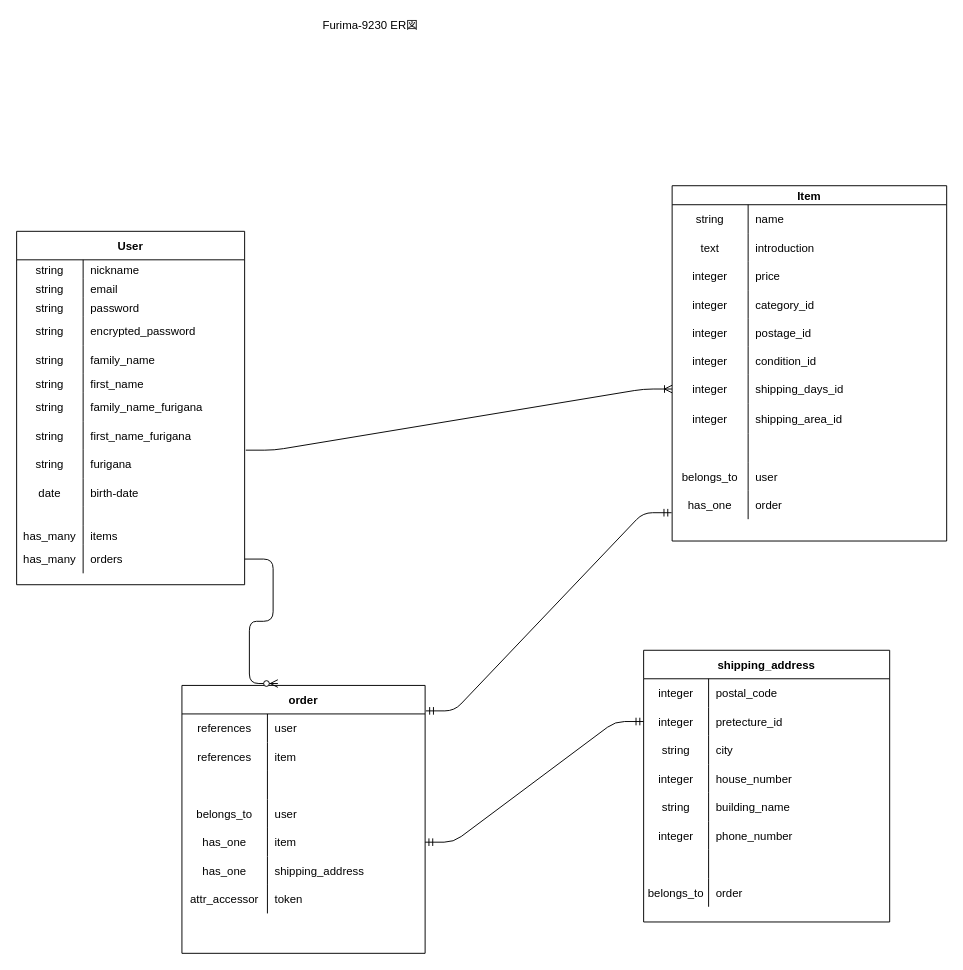
This is test.dio from makuto114/furima-9230, a draw.io file, before an edit. Source tidied: cells renumbered, new cells numbered last; positions are measured from the earlier drawing's top-left corner, leaving out a move shared by most shapes. Both pictures are drawn from the tidied source at 95%, with x=0, y=0 at pixel (16, 16).
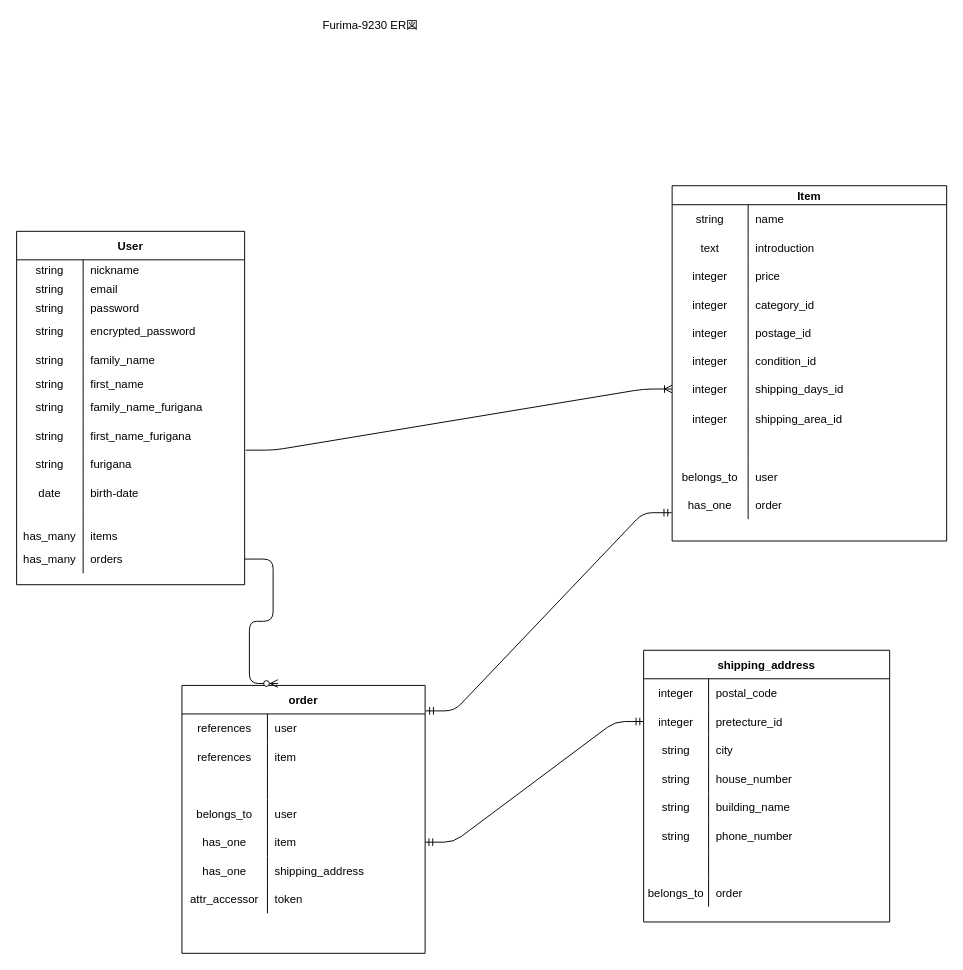
The same diagram, later.

Commit message (it also covers changes not shown here):
ER図・README 修正5回目

The change refers to these unchanged cells:
```xml
<mxCell id="111" style="shape=partialRectangle;fillColor=none;top=0;left=0;bottom=0;right=0;" parent="101" vertex="1">
  <mxGeometry y="120" width="259" height="30" as="geometry" />
</mxCell>
<mxCell id="117" style="shape=partialRectangle;fillColor=none;top=0;left=0;bottom=0;right=0;" parent="101" vertex="1">
  <mxGeometry y="180" width="259" height="30" as="geometry" />
</mxCell>
```

Diff of the diagram source:
```diff
@@
-    <mxCell id="112" value="integer" style="shape=partialRectangle;fillColor=none;top=0;left=0;bottom=0;right=0;overflow=hidden;" parent="111" vertex="1">
+    <mxCell id="112" value="string" style="shape=partialRectangle;fillColor=none;top=0;left=0;bottom=0;right=0;overflow=hidden;" parent="111" vertex="1">
       <mxGeometry width="68.4" height="30" as="geometry" />
     </mxCell>
@@
-    <mxCell id="118" value="integer" style="shape=partialRectangle;fillColor=none;top=0;left=0;bottom=0;right=0;overflow=hidden;" parent="117" vertex="1">
+    <mxCell id="118" value="string" style="shape=partialRectangle;fillColor=none;top=0;left=0;bottom=0;right=0;overflow=hidden;" parent="117" vertex="1">
       <mxGeometry width="68.4" height="30" as="geometry" />
     </mxCell>
```
